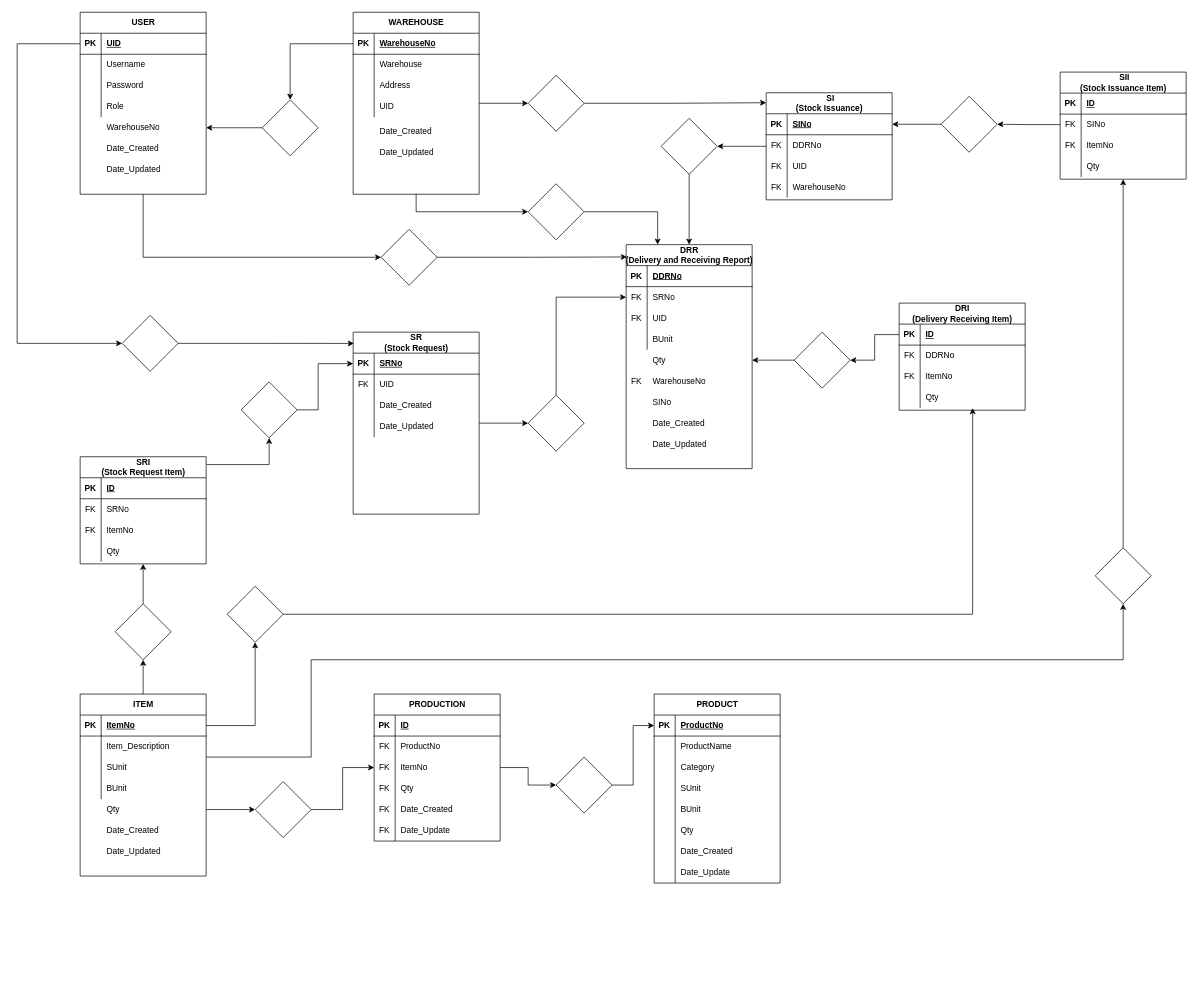
Earlier version of the draw.io diagram Diagram.drawio (ediangca/ACES-POS). Source tidied: cells renumbered, new cells numbered last; positions are measured from the earlier drawing's top-left corner, leaving out a move shared by most shapes. Both pictures are drawn from the tidied source at 70%, with x=0, y=0 at pixel (17, 12).
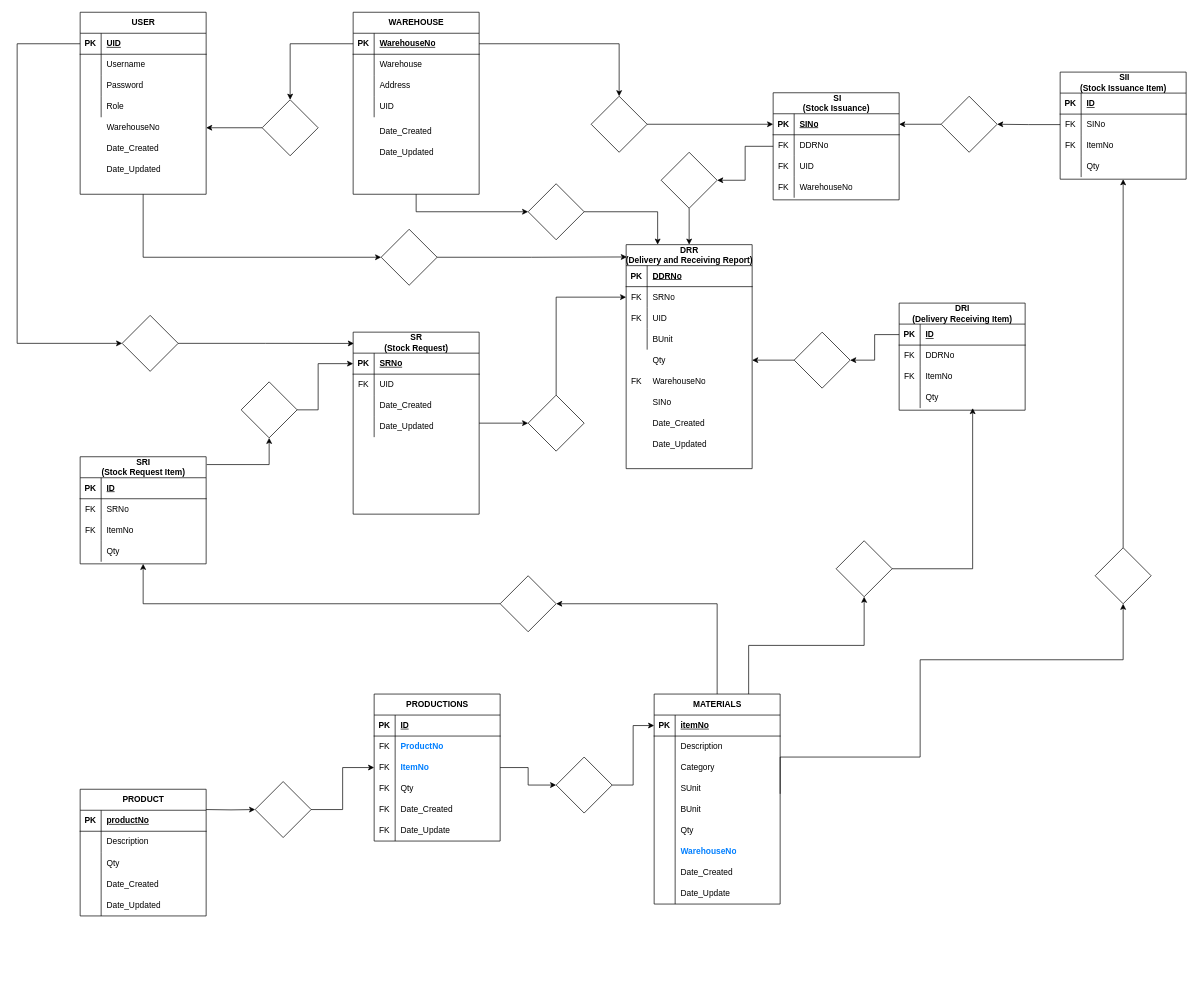
The same diagram, later.

Unchanged cells that the change refers to:
```xml
<mxCell id="30" style="shape=tableRow;horizontal=0;startSize=0;swimlaneHead=0;swimlaneBody=0;fillColor=none;top=0;left=0;right=0;bottom=1;" parent="29" vertex="1">
  <mxGeometry y="30" width="180" height="30" as="geometry" />
</mxCell>
<mxCell id="33" style="shape=tableRow;horizontal=0;startSize=0;swimlaneHead=0;swimlaneBody=0;fillColor=none;top=0;left=0;right=0;bottom=0;" parent="29" vertex="1">
  <mxGeometry y="60" width="180" height="30" as="geometry" />
</mxCell>
<mxCell id="42" style="shape=tableRow;horizontal=0;startSize=0;swimlaneHead=0;swimlaneBody=0;fillColor=none;top=0;left=0;right=0;bottom=0;" parent="28" vertex="1">
  <mxGeometry y="150" width="180" height="30" as="geometry" />
</mxCell>
<mxCell id="51" style="group;" parent="1" vertex="1">
  <mxGeometry x="910" y="974" width="180" height="261" as="geometry" />
</mxCell>
<mxCell id="53" style="shape=tableRow;horizontal=0;startSize=0;swimlaneHead=0;swimlaneBody=0;fillColor=none;top=0;left=0;right=0;bottom=1;" parent="52" vertex="1">
  <mxGeometry y="30" width="180" height="30" as="geometry" />
</mxCell>
<mxCell id="56" style="shape=tableRow;horizontal=0;startSize=0;swimlaneHead=0;swimlaneBody=0;fillColor=none;top=0;left=0;right=0;bottom=0;" parent="52" vertex="1">
  <mxGeometry y="60" width="180" height="30" as="geometry" />
</mxCell>
<mxCell id="64" value="SU&lt;span style=&quot;background-color: initial;&quot;&gt;nit&lt;/span&gt;" style="shape=partialRectangle;fillColor=none;top=0;left=0;bottom=0;right=0;align=left;spacingLeft=6;overflow=hidden;whiteSpace=wrap;html=1;" parent="62" vertex="1">
  <mxGeometry x="30" width="150" height="30" as="geometry" />
</mxCell>
<mxCell id="77" style="group;" parent="1" vertex="1">
  <mxGeometry x="510" y="974" width="180" height="211" as="geometry" />
</mxCell>
<mxCell id="82" style="shape=tableRow;horizontal=0;startSize=0;swimlaneHead=0;swimlaneBody=0;fillColor=none;top=0;left=0;right=0;bottom=0;" parent="78" vertex="1">
  <mxGeometry y="60" width="180" height="30" as="geometry" />
</mxCell>
<mxCell id="85" style="shape=tableRow;horizontal=0;startSize=0;swimlaneHead=0;swimlaneBody=0;fillColor=none;top=0;left=0;right=0;bottom=0;" parent="78" vertex="1">
  <mxGeometry y="90" width="180" height="30" as="geometry" />
</mxCell>
<mxCell id="104" style="rhombus;whiteSpace=wrap;html=1;startSize=30;fontStyle=1;" parent="1" vertex="1">
  <mxGeometry x="340" y="1099" width="80" height="80" as="geometry" />
</mxCell>
<mxCell id="190" value="Qty" style="shape=partialRectangle;fillColor=none;top=0;left=0;bottom=0;right=0;align=left;spacingLeft=6;overflow=hidden;whiteSpace=wrap;html=1;" parent="188" vertex="1">
  <mxGeometry x="30" width="150" height="30" as="geometry" />
</mxCell>
<mxCell id="201" value="WAREHOUSE" style="shape=table;startSize=30;childLayout=tableLayout;rowLines=0;fontStyle=1;align=center;html=1;" parent="200" vertex="1">
  <mxGeometry width="180" height="260" as="geometry" />
</mxCell>
<mxCell id="204" value="WarehouseNo" style="shape=partialRectangle;fillColor=none;top=0;left=0;bottom=0;right=0;align=left;spacingLeft=6;fontStyle=5;overflow=hidden;whiteSpace=wrap;html=1;" parent="202" vertex="1">
  <mxGeometry x="30" width="150" height="30" as="geometry" />
</mxCell>
<mxCell id="226" value="PK" style="shape=partialRectangle;fillColor=none;top=0;left=0;bottom=0;right=0;fontStyle=1;overflow=hidden;whiteSpace=wrap;html=1;" parent="225" vertex="1">
  <mxGeometry width="30" height="30" as="geometry" />
</mxCell>
<mxCell id="260" style="rhombus;whiteSpace=wrap;html=1;startSize=30;fontStyle=1;" parent="1" vertex="1">
  <mxGeometry x="1540" y="765" width="80" height="80" as="geometry" />
</mxCell>
```

What changed in the source:
```diff
@@
     <mxCell id="28" style="group;" parent="1" vertex="1">
-      <mxGeometry x="90" y="974" width="180" height="260" as="geometry" />
+      <mxGeometry x="90" y="1110" width="180" height="260" as="geometry" />
     </mxCell>
-    <mxCell id="29" value="ITEM" style="shape=table;startSize=30;childLayout=tableLayout;rowLines=0;fontStyle=1;align=center;html=1;" parent="28" vertex="1">
-      <mxGeometry width="180" height="260" as="geometry" />
+    <mxCell id="29" value="PRODUCT" style="shape=table;startSize=30;childLayout=tableLayout;rowLines=0;fontStyle=1;align=center;html=1;" parent="28" vertex="1">
+      <mxGeometry width="180" height="181" as="geometry" />
     </mxCell>
@@
-    <mxCell id="32" value="ItemNo" style="shape=partialRectangle;fillColor=none;top=0;left=0;bottom=0;right=0;align=left;spacingLeft=6;fontStyle=5;overflow=hidden;whiteSpace=wrap;html=1;" parent="30" vertex="1">
+    <mxCell id="32" value="productNo" style="shape=partialRectangle;fillColor=none;top=0;left=0;bottom=0;right=0;align=left;spacingLeft=6;fontStyle=5;overflow=hidden;whiteSpace=wrap;html=1;" parent="30" vertex="1">
       <mxGeometry x="30" width="150" height="30" as="geometry" />
     </mxCell>
@@
-    <mxCell id="35" value="Item_Description" style="shape=partialRectangle;fillColor=none;top=0;left=0;bottom=0;right=0;align=left;spacingLeft=6;overflow=hidden;whiteSpace=wrap;html=1;" parent="33" vertex="1">
+    <mxCell id="35" value="Description" style="shape=partialRectangle;fillColor=none;top=0;left=0;bottom=0;right=0;align=left;spacingLeft=6;overflow=hidden;whiteSpace=wrap;html=1;" parent="33" vertex="1">
       <mxGeometry x="30" width="150" height="30" as="geometry" />
     </mxCell>
-    <mxCell id="36" style="shape=tableRow;horizontal=0;startSize=0;swimlaneHead=0;swimlaneBody=0;fillColor=none;top=0;left=0;right=0;bottom=0;" parent="29" vertex="1">
-      <mxGeometry y="90" width="180" height="30" as="geometry" />
-    </mxCell>
-    <mxCell id="37" style="shape=partialRectangle;fillColor=none;top=0;left=0;bottom=0;right=0;overflow=hidden;whiteSpace=wrap;html=1;" parent="36" vertex="1">
-      <mxGeometry width="30" height="30" as="geometry" />
-    </mxCell>
-    <mxCell id="38" value="SUnit" style="shape=partialRectangle;fillColor=none;top=0;left=0;bottom=0;right=0;align=left;spacingLeft=6;overflow=hidden;whiteSpace=wrap;html=1;" parent="36" vertex="1">
-      <mxGeometry x="30" width="150" height="30" as="geometry" />
-    </mxCell>
-    <mxCell id="39" style="shape=tableRow;horizontal=0;startSize=0;swimlaneHead=0;swimlaneBody=0;fillColor=none;top=0;left=0;right=0;bottom=0;" parent="29" vertex="1">
-      <mxGeometry y="120" width="180" height="30" as="geometry" />
-    </mxCell>
-    <mxCell id="40" style="shape=partialRectangle;fillColor=none;top=0;left=0;bottom=0;right=0;overflow=hidden;whiteSpace=wrap;html=1;" parent="39" vertex="1">
-      <mxGeometry width="30" height="30" as="geometry" />
-    </mxCell>
-    <mxCell id="41" value="BUnit" style="shape=partialRectangle;fillColor=none;top=0;left=0;bottom=0;right=0;align=left;spacingLeft=6;overflow=hidden;whiteSpace=wrap;html=1;" parent="39" vertex="1">
-      <mxGeometry x="30" width="150" height="30" as="geometry" />
-    </mxCell>
+    <mxCell id="262" style="shape=tableRow;horizontal=0;startSize=0;swimlaneHead=0;swimlaneBody=0;fillColor=none;top=0;left=0;right=0;bottom=0;" parent="29" vertex="1">
+      <mxGeometry y="90" width="180" height="31" as="geometry" />
+    </mxCell>
+    <mxCell id="263" style="shape=partialRectangle;fillColor=none;top=0;left=0;bottom=0;right=0;overflow=hidden;whiteSpace=wrap;html=1;" parent="262" vertex="1">
+      <mxGeometry width="30" height="31" as="geometry" />
+    </mxCell>
+    <mxCell id="44" value="Qty" style="shape=partialRectangle;fillColor=none;top=0;left=0;bottom=0;right=0;align=left;spacingLeft=6;overflow=hidden;whiteSpace=wrap;html=1;" parent="262" vertex="1">
+      <mxGeometry x="30" width="150" height="31" as="geometry" />
+    </mxCell>
+    <mxCell id="264" style="shape=tableRow;horizontal=0;startSize=0;swimlaneHead=0;swimlaneBody=0;fillColor=none;top=0;left=0;right=0;bottom=0;" parent="29" vertex="1">
+      <mxGeometry y="121" width="180" height="30" as="geometry" />
+    </mxCell>
+    <mxCell id="265" style="shape=partialRectangle;fillColor=none;top=0;left=0;bottom=0;right=0;overflow=hidden;whiteSpace=wrap;html=1;" parent="264" vertex="1">
+      <mxGeometry width="30" height="30" as="geometry" />
+    </mxCell>
+    <mxCell id="266" value="Date_Created" style="shape=partialRectangle;fillColor=none;top=0;left=0;bottom=0;right=0;align=left;spacingLeft=6;overflow=hidden;whiteSpace=wrap;html=1;" parent="264" vertex="1">
+      <mxGeometry x="30" width="150" height="30" as="geometry" />
+    </mxCell>
+    <mxCell id="267" style="shape=tableRow;horizontal=0;startSize=0;swimlaneHead=0;swimlaneBody=0;fillColor=none;top=0;left=0;right=0;bottom=0;" parent="29" vertex="1">
+      <mxGeometry y="151" width="180" height="30" as="geometry" />
+    </mxCell>
+    <mxCell id="268" style="shape=partialRectangle;fillColor=none;top=0;left=0;bottom=0;right=0;overflow=hidden;whiteSpace=wrap;html=1;" parent="267" vertex="1">
+      <mxGeometry width="30" height="30" as="geometry" />
+    </mxCell>
+    <mxCell id="50" value="Date_Updated" style="shape=partialRectangle;fillColor=none;top=0;left=0;bottom=0;right=0;align=left;spacingLeft=6;overflow=hidden;whiteSpace=wrap;html=1;" parent="267" vertex="1">
+      <mxGeometry x="30" width="150" height="30" as="geometry" />
+    </mxCell>
@@
-    <mxCell id="44" value="Qty" style="shape=partialRectangle;fillColor=none;top=0;left=0;bottom=0;right=0;align=left;spacingLeft=6;overflow=hidden;whiteSpace=wrap;html=1;" parent="42" vertex="1">
-      <mxGeometry x="30" width="150" height="30" as="geometry" />
-    </mxCell>
-    <mxCell id="45" style="shape=tableRow;horizontal=0;startSize=0;swimlaneHead=0;swimlaneBody=0;fillColor=none;top=0;left=0;right=0;bottom=0;" parent="28" vertex="1">
-      <mxGeometry y="180" width="180" height="30" as="geometry" />
-    </mxCell>
-    <mxCell id="46" style="shape=partialRectangle;fillColor=none;top=0;left=0;bottom=0;right=0;overflow=hidden;whiteSpace=wrap;html=1;" parent="45" vertex="1">
-      <mxGeometry width="30" height="30" as="geometry" />
-    </mxCell>
-    <mxCell id="47" value="Date_Created" style="shape=partialRectangle;fillColor=none;top=0;left=0;bottom=0;right=0;align=left;spacingLeft=6;overflow=hidden;whiteSpace=wrap;html=1;" parent="45" vertex="1">
-      <mxGeometry x="30" width="150" height="30" as="geometry" />
-    </mxCell>
-    <mxCell id="48" style="shape=tableRow;horizontal=0;startSize=0;swimlaneHead=0;swimlaneBody=0;fillColor=none;top=0;left=0;right=0;bottom=0;" parent="28" vertex="1">
-      <mxGeometry y="210" width="180" height="30" as="geometry" />
-    </mxCell>
-    <mxCell id="49" style="shape=partialRectangle;fillColor=none;top=0;left=0;bottom=0;right=0;overflow=hidden;whiteSpace=wrap;html=1;" parent="48" vertex="1">
-      <mxGeometry width="30" height="30" as="geometry" />
-    </mxCell>
-    <mxCell id="50" value="Date_Updated" style="shape=partialRectangle;fillColor=none;top=0;left=0;bottom=0;right=0;align=left;spacingLeft=6;overflow=hidden;whiteSpace=wrap;html=1;" parent="48" vertex="1">
-      <mxGeometry x="30" width="150" height="30" as="geometry" />
-    </mxCell>
@@
-    <mxCell id="52" value="PRODUCT" style="shape=table;startSize=30;childLayout=tableLayout;rowLines=0;fontStyle=1;align=center;html=1;" parent="51" vertex="1">
-      <mxGeometry width="180" height="270" as="geometry" />
+    <mxCell id="52" value="MATERIALS" style="shape=table;startSize=30;childLayout=tableLayout;rowLines=0;fontStyle=1;align=center;html=1;" parent="51" vertex="1">
+      <mxGeometry width="180" height="300" as="geometry" />
     </mxCell>
@@
-    <mxCell id="55" value="ProductNo" style="shape=partialRectangle;fillColor=none;top=0;left=0;bottom=0;right=0;align=left;spacingLeft=6;fontStyle=5;overflow=hidden;whiteSpace=wrap;html=1;" parent="53" vertex="1">
+    <mxCell id="55" value="itemNo" style="shape=partialRectangle;fillColor=none;top=0;left=0;bottom=0;right=0;align=left;spacingLeft=6;fontStyle=5;overflow=hidden;whiteSpace=wrap;html=1;" parent="53" vertex="1">
       <mxGeometry x="30" width="150" height="30" as="geometry" />
     </mxCell>
@@
-    <mxCell id="58" value="ProductName" style="shape=partialRectangle;fillColor=none;top=0;left=0;bottom=0;right=0;align=left;spacingLeft=6;overflow=hidden;whiteSpace=wrap;html=1;" parent="56" vertex="1">
+    <mxCell id="58" value="Description" style="shape=partialRectangle;fillColor=none;top=0;left=0;bottom=0;right=0;align=left;spacingLeft=6;overflow=hidden;whiteSpace=wrap;html=1;" parent="56" vertex="1">
       <mxGeometry x="30" width="150" height="30" as="geometry" />
     </mxCell>
@@
-    <mxCell id="71" style="shape=tableRow;horizontal=0;startSize=0;swimlaneHead=0;swimlaneBody=0;fillColor=none;top=0;left=0;right=0;bottom=0;" parent="52" vertex="1">
-      <mxGeometry y="210" width="180" height="30" as="geometry" />
-    </mxCell>
-    <mxCell id="72" style="shape=partialRectangle;fillColor=none;top=0;left=0;bottom=0;right=0;overflow=hidden;whiteSpace=wrap;html=1;" parent="71" vertex="1">
-      <mxGeometry width="30" height="30" as="geometry" />
-    </mxCell>
-    <mxCell id="73" value="Date_Created" style="shape=partialRectangle;fillColor=none;top=0;left=0;bottom=0;right=0;align=left;spacingLeft=6;overflow=hidden;whiteSpace=wrap;html=1;" parent="71" vertex="1">
-      <mxGeometry x="30" width="150" height="30" as="geometry" />
-    </mxCell>
     <mxCell id="74" style="shape=tableRow;horizontal=0;startSize=0;swimlaneHead=0;swimlaneBody=0;fillColor=none;top=0;left=0;right=0;bottom=0;" parent="52" vertex="1">
-      <mxGeometry y="240" width="180" height="30" as="geometry" />
+      <mxGeometry y="210" width="180" height="30" as="geometry" />
     </mxCell>
@@
-    <mxCell id="76" value="Date_Update" style="shape=partialRectangle;fillColor=none;top=0;left=0;bottom=0;right=0;align=left;spacingLeft=6;overflow=hidden;whiteSpace=wrap;html=1;" parent="74" vertex="1">
+    <mxCell id="76" value="&lt;b&gt;&lt;font color=&quot;#007fff&quot;&gt;WarehouseNo&lt;/font&gt;&lt;/b&gt;" style="shape=partialRectangle;fillColor=none;top=0;left=0;bottom=0;right=0;align=left;spacingLeft=6;overflow=hidden;whiteSpace=wrap;html=1;" parent="74" vertex="1">
       <mxGeometry x="30" width="150" height="30" as="geometry" />
     </mxCell>
+    <mxCell id="269" style="shape=tableRow;horizontal=0;startSize=0;swimlaneHead=0;swimlaneBody=0;fillColor=none;top=0;left=0;right=0;bottom=0;" parent="52" vertex="1">
+      <mxGeometry y="240" width="180" height="30" as="geometry" />
+    </mxCell>
+    <mxCell id="270" style="shape=partialRectangle;fillColor=none;top=0;left=0;bottom=0;right=0;overflow=hidden;whiteSpace=wrap;html=1;" parent="269" vertex="1">
+      <mxGeometry width="30" height="30" as="geometry" />
+    </mxCell>
+    <mxCell id="271" value="Date_Created" style="shape=partialRectangle;fillColor=none;top=0;left=0;bottom=0;right=0;align=left;spacingLeft=6;overflow=hidden;whiteSpace=wrap;html=1;" parent="269" vertex="1">
+      <mxGeometry x="30" width="150" height="30" as="geometry" />
+    </mxCell>
+    <mxCell id="272" style="shape=tableRow;horizontal=0;startSize=0;swimlaneHead=0;swimlaneBody=0;fillColor=none;top=0;left=0;right=0;bottom=0;" parent="52" vertex="1">
+      <mxGeometry y="270" width="180" height="30" as="geometry" />
+    </mxCell>
+    <mxCell id="273" style="shape=partialRectangle;fillColor=none;top=0;left=0;bottom=0;right=0;overflow=hidden;whiteSpace=wrap;html=1;" parent="272" vertex="1">
+      <mxGeometry width="30" height="30" as="geometry" />
+    </mxCell>
+    <mxCell id="274" value="Date_Update" style="shape=partialRectangle;fillColor=none;top=0;left=0;bottom=0;right=0;align=left;spacingLeft=6;overflow=hidden;whiteSpace=wrap;html=1;" parent="272" vertex="1">
+      <mxGeometry x="30" width="150" height="30" as="geometry" />
+    </mxCell>
@@
-    <mxCell id="78" value="PRODUCTION" style="shape=table;startSize=30;childLayout=tableLayout;rowLines=0;fontStyle=1;align=center;html=1;" parent="77" vertex="1">
+    <mxCell id="78" value="PRODUCTIONS" style="shape=table;startSize=30;childLayout=tableLayout;rowLines=0;fontStyle=1;align=center;html=1;" parent="77" vertex="1">
       <mxGeometry width="180" height="210" as="geometry" />
     </mxCell>
@@
-    <mxCell id="84" value="ProductNo" style="shape=partialRectangle;fillColor=none;top=0;left=0;bottom=0;right=0;align=left;spacingLeft=6;overflow=hidden;whiteSpace=wrap;html=1;" parent="82" vertex="1">
+    <mxCell id="84" value="&lt;b&gt;&lt;font color=&quot;#007fff&quot;&gt;ProductNo&lt;/font&gt;&lt;/b&gt;" style="shape=partialRectangle;fillColor=none;top=0;left=0;bottom=0;right=0;align=left;spacingLeft=6;overflow=hidden;whiteSpace=wrap;html=1;" parent="82" vertex="1">
       <mxGeometry x="30" width="150" height="30" as="geometry" />
     </mxCell>
@@
-    <mxCell id="87" value="ItemNo" style="shape=partialRectangle;fillColor=none;top=0;left=0;bottom=0;right=0;align=left;spacingLeft=6;overflow=hidden;whiteSpace=wrap;html=1;" parent="85" vertex="1">
+    <mxCell id="87" value="&lt;font color=&quot;#007fff&quot;&gt;&lt;b&gt;ItemNo&lt;/b&gt;&lt;/font&gt;" style="shape=partialRectangle;fillColor=none;top=0;left=0;bottom=0;right=0;align=left;spacingLeft=6;overflow=hidden;whiteSpace=wrap;html=1;" parent="85" vertex="1">
       <mxGeometry x="30" width="150" height="30" as="geometry" />
     </mxCell>
@@
     <mxCell id="152" style="rhombus;whiteSpace=wrap;html=1;startSize=30;fontStyle=1;" parent="1" vertex="1">
-      <mxGeometry x="140" y="845" width="80" height="80" as="geometry" />
+      <mxGeometry x="690" y="805" width="80" height="80" as="geometry" />
     </mxCell>
-    <mxCell id="153" style="edgeStyle=orthogonalEdgeStyle;rounded=0;jettySize=auto;html=1;fontFamily=Helvetica;fontSize=12;fontColor=default;fontStyle=1;entryX=0.5;entryY=1;entryDx=0;entryDy=0;" parent="1" edge="1" source="29" target="152">
+    <mxCell id="153" style="edgeStyle=orthogonalEdgeStyle;rounded=0;jettySize=auto;html=1;fontFamily=Helvetica;fontSize=12;fontColor=default;fontStyle=1;entryX=1;entryY=0.5;entryDx=0;entryDy=0;exitX=0.5;exitY=0;exitDx=0;exitDy=0;" parent="1" edge="1" source="52" target="152">
       <mxGeometry relative="1" as="geometry" />
     </mxCell>
@@
-    <mxCell id="193" style="edgeStyle=orthogonalEdgeStyle;rounded=0;jettySize=auto;html=1;fontFamily=Helvetica;fontSize=12;fontColor=default;fontStyle=1;exitX=1;exitY=0.5;exitDx=0;exitDy=0;" parent="1" edge="1" source="44" target="104">
-      <mxGeometry relative="1" as="geometry" />
+    <mxCell id="193" style="edgeStyle=orthogonalEdgeStyle;rounded=0;jettySize=auto;html=1;fontFamily=Helvetica;fontSize=12;fontColor=default;fontStyle=1;exitX=1;exitY=0.5;exitDx=0;exitDy=0;" parent="1" edge="1" target="104">
+      <mxGeometry relative="1" as="geometry">
+        <mxPoint x="270" y="1139" as="sourcePoint" />
+      </mxGeometry>
     </mxCell>
-    <mxCell id="194" style="edgeStyle=orthogonalEdgeStyle;rounded=0;jettySize=auto;html=1;entryX=0.5;entryY=1;entryDx=0;entryDy=0;fontFamily=Helvetica;fontSize=12;fontColor=default;fontStyle=1;" parent="1" edge="1" source="195" target="190">
+    <mxCell id="194" style="edgeStyle=orthogonalEdgeStyle;rounded=0;jettySize=auto;html=1;entryX=0.5;entryY=1;entryDx=0;entryDy=0;fontFamily=Helvetica;fontSize=12;fontColor=default;fontStyle=1;exitX=1;exitY=0.5;exitDx=0;exitDy=0;" parent="1" edge="1" source="195" target="190">
       <mxGeometry relative="1" as="geometry">
         <Array as="points">
-          <mxPoint x="1365" y="860" />
+          <mxPoint x="1365" y="795" />
         </Array>
       </mxGeometry>
     </mxCell>
     <mxCell id="195" style="rhombus;whiteSpace=wrap;html=1;startSize=30;fontStyle=1;" parent="1" vertex="1">
-      <mxGeometry x="300" y="820" width="80" height="80" as="geometry" />
+      <mxGeometry x="1170" y="755" width="80" height="80" as="geometry" />
     </mxCell>
-    <mxCell id="196" style="edgeStyle=orthogonalEdgeStyle;rounded=0;jettySize=auto;html=1;fontFamily=Helvetica;fontSize=12;fontColor=default;fontStyle=1;entryX=0.5;entryY=1;entryDx=0;entryDy=0;" parent="1" edge="1" source="32" target="195">
+    <mxCell id="196" style="edgeStyle=orthogonalEdgeStyle;rounded=0;jettySize=auto;html=1;fontFamily=Helvetica;fontSize=12;fontColor=default;fontStyle=1;entryX=0.5;entryY=1;entryDx=0;entryDy=0;exitX=0.75;exitY=0;exitDx=0;exitDy=0;" parent="1" edge="1" source="52" target="195">
       <mxGeometry relative="1" as="geometry" />
     </mxCell>
@@
     <mxCell id="220" style="rhombus;whiteSpace=wrap;html=1;startSize=30;fontStyle=1;" parent="1" vertex="1">
-      <mxGeometry x="730" y="90" width="80" height="80" as="geometry" />
+      <mxGeometry x="820" y="120" width="80" height="80" as="geometry" />
     </mxCell>
-    <mxCell id="221" style="edgeStyle=orthogonalEdgeStyle;rounded=0;jettySize=auto;html=1;fontFamily=Helvetica;fontSize=12;fontColor=default;fontStyle=1;" parent="1" edge="1" source="201" target="220">
+    <mxCell id="221" style="edgeStyle=orthogonalEdgeStyle;rounded=0;jettySize=auto;html=1;fontFamily=Helvetica;fontSize=12;fontColor=default;fontStyle=1;exitX=1;exitY=0.5;exitDx=0;exitDy=0;" parent="1" edge="1" source="204" target="220">
       <mxGeometry relative="1" as="geometry" />
     </mxCell>
@@
     <mxCell id="224" value="&lt;div&gt;&amp;nbsp;SI&lt;/div&gt;&lt;div&gt;(Stock Issuance)&lt;/div&gt;" style="shape=table;startSize=30;childLayout=tableLayout;rowLines=0;fontStyle=1;align=center;html=1;" parent="1" vertex="1">
-      <mxGeometry x="1070" y="115" width="180" height="153" as="geometry" />
+      <mxGeometry x="1080" y="115" width="180" height="153" as="geometry" />
     </mxCell>
@@
     <mxCell id="254" style="rhombus;whiteSpace=wrap;html=1;startSize=30;fontStyle=1;" parent="1" vertex="1">
-      <mxGeometry x="920" y="151.5" width="80" height="80" as="geometry" />
+      <mxGeometry x="920" y="200" width="80" height="80" as="geometry" />
     </mxCell>
-    <mxCell id="255" style="edgeStyle=orthogonalEdgeStyle;rounded=0;jettySize=auto;html=1;entryX=0;entryY=0.093;entryDx=0;entryDy=0;entryPerimeter=0;fontFamily=Helvetica;fontSize=12;fontColor=default;fontStyle=1;" parent="1" edge="1" source="220" target="224">
+    <mxCell id="255" style="edgeStyle=orthogonalEdgeStyle;rounded=0;jettySize=auto;html=1;entryX=0;entryY=0.5;entryDx=0;entryDy=0;fontFamily=Helvetica;fontSize=12;fontColor=default;fontStyle=1;" parent="1" edge="1" source="220" target="226">
       <mxGeometry relative="1" as="geometry" />
     </mxCell>
@@
-    <mxCell id="261" style="edgeStyle=orthogonalEdgeStyle;rounded=0;jettySize=auto;html=1;fontFamily=Helvetica;fontSize=12;fontColor=default;fontStyle=1;exitX=1;exitY=0;exitDx=0;exitDy=0;entryX=0.5;entryY=1;entryDx=0;entryDy=0;" parent="1" edge="1" source="38" target="260">
+    <mxCell id="261" style="edgeStyle=orthogonalEdgeStyle;rounded=0;jettySize=auto;html=1;fontFamily=Helvetica;fontSize=12;fontColor=default;fontStyle=1;exitX=1;exitY=0.75;exitDx=0;exitDy=0;entryX=0.5;entryY=1;entryDx=0;entryDy=0;" parent="1" edge="1" source="64" target="260">
       <mxGeometry relative="1" as="geometry">
         <Array as="points">
-          <mxPoint x="420" y="1064" />
-          <mxPoint x="420" y="925" />
+          <mxPoint x="1090" y="1064" />
+          <mxPoint x="1290" y="1064" />
+          <mxPoint x="1290" y="925" />
           <mxPoint x="1580" y="925" />
         </Array>
       </mxGeometry>
     </mxCell>
```
